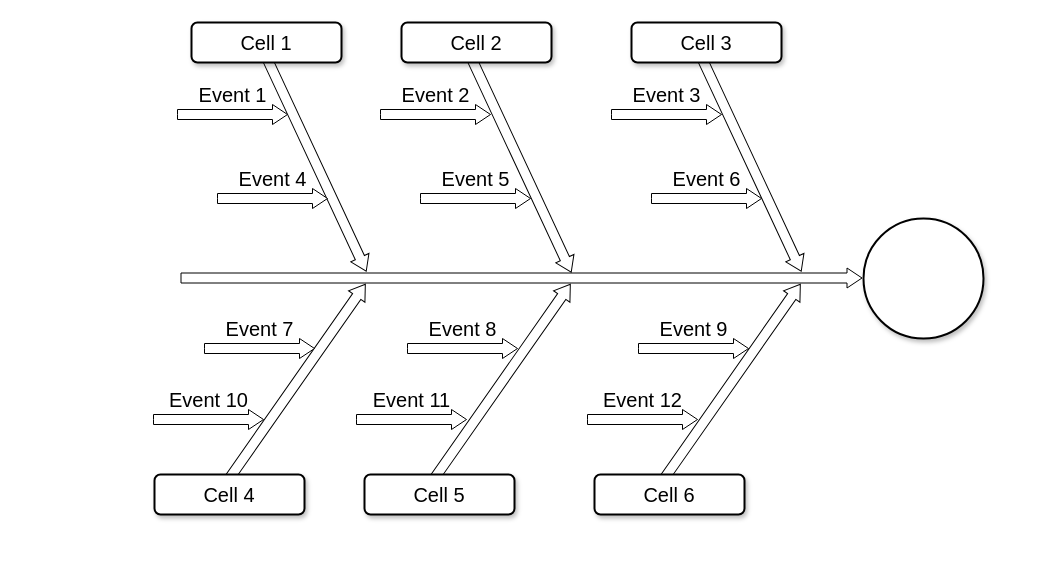
The draw.io diagram Untitled Diagram.drawio in RyBres/test_repo, before the edit. Source tidied: cells renumbered, new cells numbered last; positions are measured from the earlier drawing's top-left corner, leaving out a move shared by most shapes. Both pictures are drawn from the tidied source at 100%, with x=0, y=0 at pixel (154, -63).
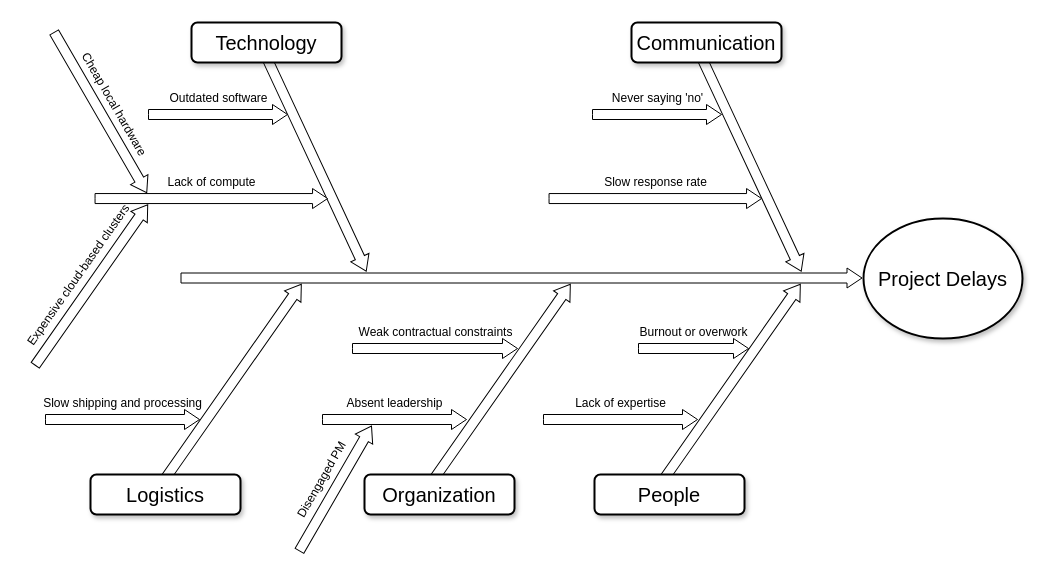
After the change.

Change to the diagram source:
```diff
@@
     <mxCell id="2" style="html=1;shadow=0;dashed=0;align=center;verticalAlign=middle;shape=mxgraph.arrows2.arrow;dy=0.5;dx=15;direction=north;notch=0;rounded=0;strokeWidth=1;fontSize=20;rotation=35;" parent="1" vertex="1">
-      <mxGeometry x="132" y="325" width="20" height="240" as="geometry" />
+      <mxGeometry x="68" y="325" width="20" height="240" as="geometry" />
     </mxCell>
@@
-    <mxCell id="7" style="html=1;shadow=0;dashed=0;align=center;verticalAlign=middle;shape=mxgraph.arrows2.arrow;dy=0.5;dx=15;direction=north;notch=0;rounded=0;strokeWidth=1;fontSize=20;rotation=155;" parent="1" vertex="1">
-      <mxGeometry x="356" y="106" width="20" height="240" as="geometry" />
-    </mxCell>
@@
-    <mxCell id="9" value="Cell 1" style="rounded=1;whiteSpace=wrap;html=1;shadow=1;strokeWidth=2;fontSize=20;" parent="1" vertex="1">
+    <mxCell id="9" value="Technology" style="rounded=1;whiteSpace=wrap;html=1;shadow=1;strokeWidth=2;fontSize=20;" parent="1" vertex="1">
       <mxGeometry x="37" y="85" width="150" height="40" as="geometry" />
     </mxCell>
-    <mxCell id="10" value="Cell 2" style="rounded=1;whiteSpace=wrap;html=1;shadow=1;strokeWidth=2;fontSize=20;" parent="1" vertex="1">
-      <mxGeometry x="247" y="85" width="150" height="40" as="geometry" />
-    </mxCell>
-    <mxCell id="11" value="Cell 3" style="rounded=1;whiteSpace=wrap;html=1;shadow=1;strokeWidth=2;fontSize=20;" parent="1" vertex="1">
+    <mxCell id="11" value="Communication" style="rounded=1;whiteSpace=wrap;html=1;shadow=1;strokeWidth=2;fontSize=20;" parent="1" vertex="1">
       <mxGeometry x="477" y="85" width="150" height="40" as="geometry" />
     </mxCell>
-    <mxCell id="12" value="Cell 4" style="rounded=1;whiteSpace=wrap;html=1;shadow=1;strokeWidth=2;fontSize=20;" parent="1" vertex="1">
-      <mxGeometry y="537" width="150" height="40" as="geometry" />
+    <mxCell id="12" value="Logistics" style="rounded=1;whiteSpace=wrap;html=1;shadow=1;strokeWidth=2;fontSize=20;" parent="1" vertex="1">
+      <mxGeometry x="-64" y="537" width="150" height="40" as="geometry" />
     </mxCell>
-    <mxCell id="13" value="Cell 5" style="rounded=1;whiteSpace=wrap;html=1;shadow=1;strokeWidth=2;fontSize=20;" parent="1" vertex="1">
+    <mxCell id="13" value="Organization" style="rounded=1;whiteSpace=wrap;html=1;shadow=1;strokeWidth=2;fontSize=20;" parent="1" vertex="1">
       <mxGeometry x="210" y="537" width="150" height="40" as="geometry" />
     </mxCell>
-    <mxCell id="14" value="Cell 6" style="rounded=1;whiteSpace=wrap;html=1;shadow=1;strokeWidth=2;fontSize=20;" parent="1" vertex="1">
+    <mxCell id="14" value="People" style="rounded=1;whiteSpace=wrap;html=1;shadow=1;strokeWidth=2;fontSize=20;" parent="1" vertex="1">
       <mxGeometry x="440" y="537" width="150" height="40" as="geometry" />
     </mxCell>
-    <mxCell id="15" style="ellipse;whiteSpace=wrap;html=1;rounded=1;shadow=1;strokeWidth=2;fontSize=20;" parent="1" vertex="1">
-      <mxGeometry x="709" y="281" width="120" height="120" as="geometry" />
+    <mxCell id="15" value="Project Delays" style="ellipse;whiteSpace=wrap;html=1;rounded=1;shadow=1;strokeWidth=2;fontSize=20;" parent="1" vertex="1">
+      <mxGeometry x="709" y="281" width="159" height="120" as="geometry" />
     </mxCell>
-    <mxCell id="16" value="Event 1" style="html=1;shadow=0;dashed=0;align=center;verticalAlign=middle;shape=mxgraph.arrows2.arrow;dy=0.5;dx=15;direction=north;notch=0;rounded=0;strokeWidth=1;fontSize=20;rotation=90;horizontal=0;labelPosition=left;verticalLabelPosition=middle;" parent="1" vertex="1">
-      <mxGeometry x="68" y="122" width="20" height="110" as="geometry" />
+    <mxCell id="16" value="&lt;font style=&quot;font-size: 12px;&quot;&gt;Outdated software&lt;/font&gt;" style="html=1;shadow=0;dashed=0;align=center;verticalAlign=middle;shape=mxgraph.arrows2.arrow;dy=0.5;dx=15;direction=north;notch=0;rounded=0;strokeWidth=1;fontSize=20;rotation=90;horizontal=0;labelPosition=left;verticalLabelPosition=middle;" parent="1" vertex="1">
+      <mxGeometry x="53.5" y="107.5" width="20" height="139" as="geometry" />
     </mxCell>
-    <mxCell id="17" value="Event 2" style="html=1;shadow=0;dashed=0;align=center;verticalAlign=middle;shape=mxgraph.arrows2.arrow;dy=0.5;dx=15;direction=north;notch=0;rounded=0;strokeWidth=1;fontSize=20;rotation=90;horizontal=0;labelPosition=left;verticalLabelPosition=middle;" parent="1" vertex="1">
-      <mxGeometry x="271" y="122" width="20" height="110" as="geometry" />
-    </mxCell>
-    <mxCell id="18" value="Event 3" style="html=1;shadow=0;dashed=0;align=center;verticalAlign=middle;shape=mxgraph.arrows2.arrow;dy=0.5;dx=15;direction=north;notch=0;rounded=0;strokeWidth=1;fontSize=20;rotation=90;horizontal=0;labelPosition=left;verticalLabelPosition=middle;" parent="1" vertex="1">
-      <mxGeometry x="502" y="122" width="20" height="110" as="geometry" />
+    <mxCell id="18" value="&lt;font style=&quot;font-size: 12px;&quot;&gt;Never saying 'no'&lt;/font&gt;" style="html=1;shadow=0;dashed=0;align=center;verticalAlign=middle;shape=mxgraph.arrows2.arrow;dy=0.5;dx=15;direction=north;notch=0;rounded=0;strokeWidth=1;fontSize=20;rotation=90;horizontal=0;labelPosition=left;verticalLabelPosition=middle;" parent="1" vertex="1">
+      <mxGeometry x="492.5" y="112.5" width="20" height="129" as="geometry" />
     </mxCell>
-    <mxCell id="19" value="Event 10" style="html=1;shadow=0;dashed=0;align=center;verticalAlign=middle;shape=mxgraph.arrows2.arrow;dy=0.5;dx=15;direction=north;notch=0;rounded=0;strokeWidth=1;fontSize=20;rotation=90;horizontal=0;labelPosition=left;verticalLabelPosition=middle;" parent="1" vertex="1">
-      <mxGeometry x="44" y="427" width="20" height="110" as="geometry" />
+    <mxCell id="19" value="&lt;font style=&quot;font-size: 12px;&quot;&gt;Slow shipping and processing&lt;/font&gt;" style="html=1;shadow=0;dashed=0;align=center;verticalAlign=middle;shape=mxgraph.arrows2.arrow;dy=0.5;dx=15;direction=north;notch=0;rounded=0;strokeWidth=1;fontSize=20;rotation=90;horizontal=0;labelPosition=left;verticalLabelPosition=middle;" parent="1" vertex="1">
+      <mxGeometry x="-42" y="405" width="20" height="154" as="geometry" />
     </mxCell>
-    <mxCell id="20" value="Event 11" style="html=1;shadow=0;dashed=0;align=center;verticalAlign=middle;shape=mxgraph.arrows2.arrow;dy=0.5;dx=15;direction=north;notch=0;rounded=0;strokeWidth=1;fontSize=20;rotation=90;horizontal=0;labelPosition=left;verticalLabelPosition=middle;" parent="1" vertex="1">
-      <mxGeometry x="247" y="427" width="20" height="110" as="geometry" />
+    <mxCell id="20" value="&lt;font style=&quot;font-size: 12px;&quot;&gt;Absent leadership&lt;/font&gt;" style="html=1;shadow=0;dashed=0;align=center;verticalAlign=middle;shape=mxgraph.arrows2.arrow;dy=0.5;dx=15;direction=north;notch=0;rounded=0;strokeWidth=1;fontSize=20;rotation=90;horizontal=0;labelPosition=left;verticalLabelPosition=middle;" parent="1" vertex="1">
+      <mxGeometry x="230" y="410" width="20" height="144" as="geometry" />
     </mxCell>
-    <mxCell id="21" value="Event 12" style="html=1;shadow=0;dashed=0;align=center;verticalAlign=middle;shape=mxgraph.arrows2.arrow;dy=0.5;dx=15;direction=north;notch=0;rounded=0;strokeWidth=1;fontSize=20;rotation=90;horizontal=0;labelPosition=left;verticalLabelPosition=middle;" parent="1" vertex="1">
-      <mxGeometry x="478" y="427" width="20" height="110" as="geometry" />
+    <mxCell id="21" value="&lt;span style=&quot;font-size: 12px;&quot;&gt;Lack of expertise&lt;/span&gt;" style="html=1;shadow=0;dashed=0;align=center;verticalAlign=middle;shape=mxgraph.arrows2.arrow;dy=0.5;dx=15;direction=north;notch=0;rounded=0;strokeWidth=1;fontSize=20;rotation=90;horizontal=0;labelPosition=left;verticalLabelPosition=middle;" parent="1" vertex="1">
+      <mxGeometry x="456" y="405" width="20" height="154" as="geometry" />
     </mxCell>
-    <mxCell id="22" value="Event 4" style="html=1;shadow=0;dashed=0;align=center;verticalAlign=middle;shape=mxgraph.arrows2.arrow;dy=0.5;dx=15;direction=north;notch=0;rounded=0;strokeWidth=1;fontSize=20;rotation=90;horizontal=0;labelPosition=left;verticalLabelPosition=middle;" parent="1" vertex="1">
-      <mxGeometry x="108" y="206" width="20" height="110" as="geometry" />
+    <mxCell id="22" value="&lt;font style=&quot;font-size: 12px;&quot;&gt;Lack of compute&lt;/font&gt;" style="html=1;shadow=0;dashed=0;align=center;verticalAlign=middle;shape=mxgraph.arrows2.arrow;dy=0.5;dx=15;direction=north;notch=0;rounded=0;strokeWidth=1;fontSize=20;rotation=90;horizontal=0;labelPosition=left;verticalLabelPosition=middle;" parent="1" vertex="1">
+      <mxGeometry x="46.8" y="144.8" width="20" height="232.5" as="geometry" />
     </mxCell>
-    <mxCell id="23" value="Event 5" style="html=1;shadow=0;dashed=0;align=center;verticalAlign=middle;shape=mxgraph.arrows2.arrow;dy=0.5;dx=15;direction=north;notch=0;rounded=0;strokeWidth=1;fontSize=20;rotation=90;horizontal=0;labelPosition=left;verticalLabelPosition=middle;" parent="1" vertex="1">
-      <mxGeometry x="311" y="206" width="20" height="110" as="geometry" />
-    </mxCell>
-    <mxCell id="24" value="Event 6" style="html=1;shadow=0;dashed=0;align=center;verticalAlign=middle;shape=mxgraph.arrows2.arrow;dy=0.5;dx=15;direction=north;notch=0;rounded=0;strokeWidth=1;fontSize=20;rotation=90;horizontal=0;labelPosition=left;verticalLabelPosition=middle;" parent="1" vertex="1">
-      <mxGeometry x="542" y="206" width="20" height="110" as="geometry" />
+    <mxCell id="24" value="&lt;font style=&quot;font-size: 12px;&quot;&gt;Slow response rate&lt;/font&gt;" style="html=1;shadow=0;dashed=0;align=center;verticalAlign=middle;shape=mxgraph.arrows2.arrow;dy=0.5;dx=15;direction=north;notch=0;rounded=0;strokeWidth=1;fontSize=20;rotation=90;horizontal=0;labelPosition=left;verticalLabelPosition=middle;" parent="1" vertex="1">
+      <mxGeometry x="490.8" y="154.8" width="20" height="212.5" as="geometry" />
     </mxCell>
-    <mxCell id="25" value="Event 7" style="html=1;shadow=0;dashed=0;align=center;verticalAlign=middle;shape=mxgraph.arrows2.arrow;dy=0.5;dx=15;direction=north;notch=0;rounded=0;strokeWidth=1;fontSize=20;rotation=90;horizontal=0;labelPosition=left;verticalLabelPosition=middle;" parent="1" vertex="1">
-      <mxGeometry x="95" y="356" width="20" height="110" as="geometry" />
-    </mxCell>
-    <mxCell id="26" value="Event 8" style="html=1;shadow=0;dashed=0;align=center;verticalAlign=middle;shape=mxgraph.arrows2.arrow;dy=0.5;dx=15;direction=north;notch=0;rounded=0;strokeWidth=1;fontSize=20;rotation=90;horizontal=0;labelPosition=left;verticalLabelPosition=middle;" parent="1" vertex="1">
-      <mxGeometry x="298" y="356" width="20" height="110" as="geometry" />
+    <mxCell id="26" value="&lt;font style=&quot;font-size: 12px;&quot;&gt;Weak contractual constraints&lt;/font&gt;" style="html=1;shadow=0;dashed=0;align=center;verticalAlign=middle;shape=mxgraph.arrows2.arrow;dy=0.5;dx=15;direction=north;notch=0;rounded=0;strokeWidth=1;fontSize=20;rotation=90;horizontal=0;labelPosition=left;verticalLabelPosition=middle;" parent="1" vertex="1">
+      <mxGeometry x="270.5" y="328.5" width="20" height="165" as="geometry" />
     </mxCell>
-    <mxCell id="27" value="Event 9" style="html=1;shadow=0;dashed=0;align=center;verticalAlign=middle;shape=mxgraph.arrows2.arrow;dy=0.5;dx=15;direction=north;notch=0;rounded=0;strokeWidth=1;fontSize=20;rotation=90;horizontal=0;labelPosition=left;verticalLabelPosition=middle;" parent="1" vertex="1">
+    <mxCell id="27" value="&lt;font style=&quot;font-size: 12px;&quot;&gt;Burnout or overwork&lt;/font&gt;" style="html=1;shadow=0;dashed=0;align=center;verticalAlign=middle;shape=mxgraph.arrows2.arrow;dy=0.5;dx=15;direction=north;notch=0;rounded=0;strokeWidth=1;fontSize=20;rotation=90;horizontal=0;labelPosition=left;verticalLabelPosition=middle;" parent="1" vertex="1">
       <mxGeometry x="529" y="356" width="20" height="110" as="geometry" />
     </mxCell>
+    <mxCell id="28" value="&lt;span style=&quot;font-size: 12px;&quot;&gt;Disengaged PM&lt;/span&gt;" style="html=1;shadow=0;dashed=0;align=center;verticalAlign=middle;shape=mxgraph.arrows2.arrow;dy=0.5;dx=15;direction=north;notch=0;rounded=0;strokeWidth=1;fontSize=20;rotation=30;horizontal=0;labelPosition=left;verticalLabelPosition=middle;" parent="1" vertex="1">
+      <mxGeometry x="171" y="479" width="20" height="144" as="geometry" />
+    </mxCell>
+    <mxCell id="29" value="&lt;font style=&quot;font-size: 12px;&quot;&gt;Cheap local hardware&lt;/font&gt;" style="html=1;shadow=0;dashed=0;align=center;verticalAlign=middle;shape=mxgraph.arrows2.arrow;dy=0.5;dx=15;direction=north;notch=0;rounded=0;strokeWidth=1;fontSize=20;rotation=150;horizontal=0;labelPosition=left;verticalLabelPosition=middle;" parent="1" vertex="1">
+      <mxGeometry x="-64" y="82.5" width="20" height="185" as="geometry" />
+    </mxCell>
+    <mxCell id="30" value="&lt;span style=&quot;font-size: 12px;&quot;&gt;Expensive cloud-based clusters&lt;/span&gt;" style="html=1;shadow=0;dashed=0;align=center;verticalAlign=middle;shape=mxgraph.arrows2.arrow;dy=0.5;dx=15;direction=north;notch=0;rounded=0;strokeWidth=1;fontSize=20;rotation=35;horizontal=0;labelPosition=left;verticalLabelPosition=middle;" parent="1" vertex="1">
+      <mxGeometry x="-73" y="249.5" width="20" height="196" as="geometry" />
+    </mxCell>
```
